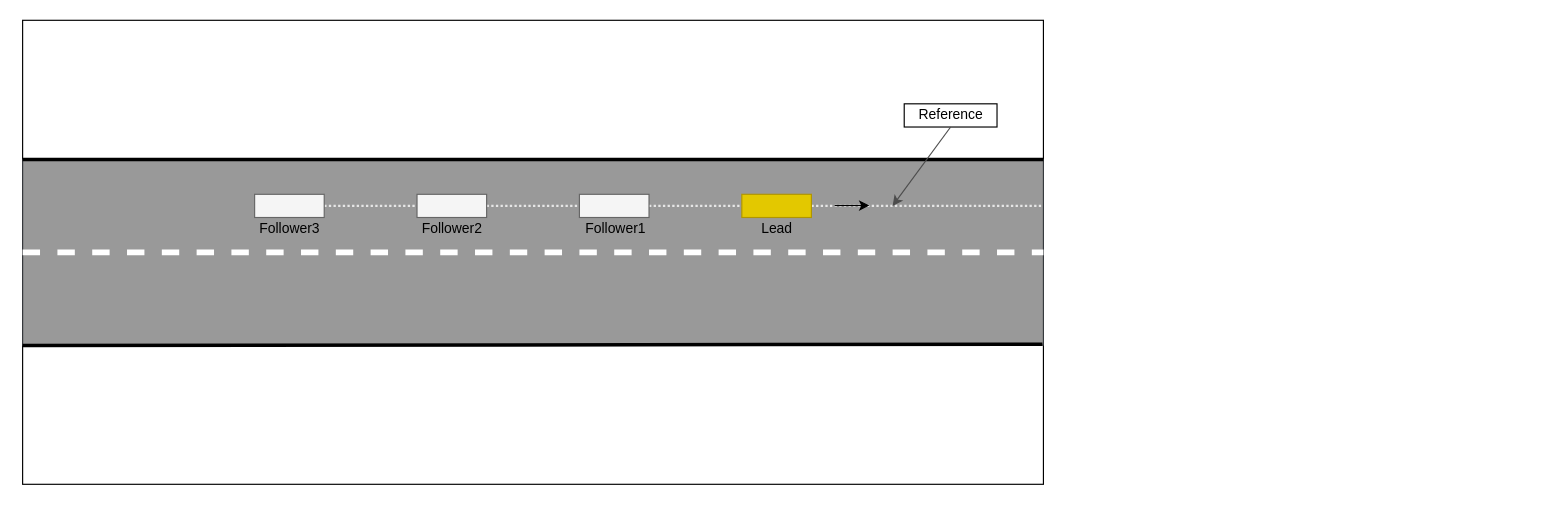
Before: ELC.drawio in Rangeesh/thesis, a draw.io diagram. Source tidied: cells renumbered, new cells numbered last; positions are measured from the earlier drawing's top-left corner, leaving out a move shared by most shapes. Both pictures are drawn from the tidied source at 116%, with x=0, y=0 at pixel (22, 20).
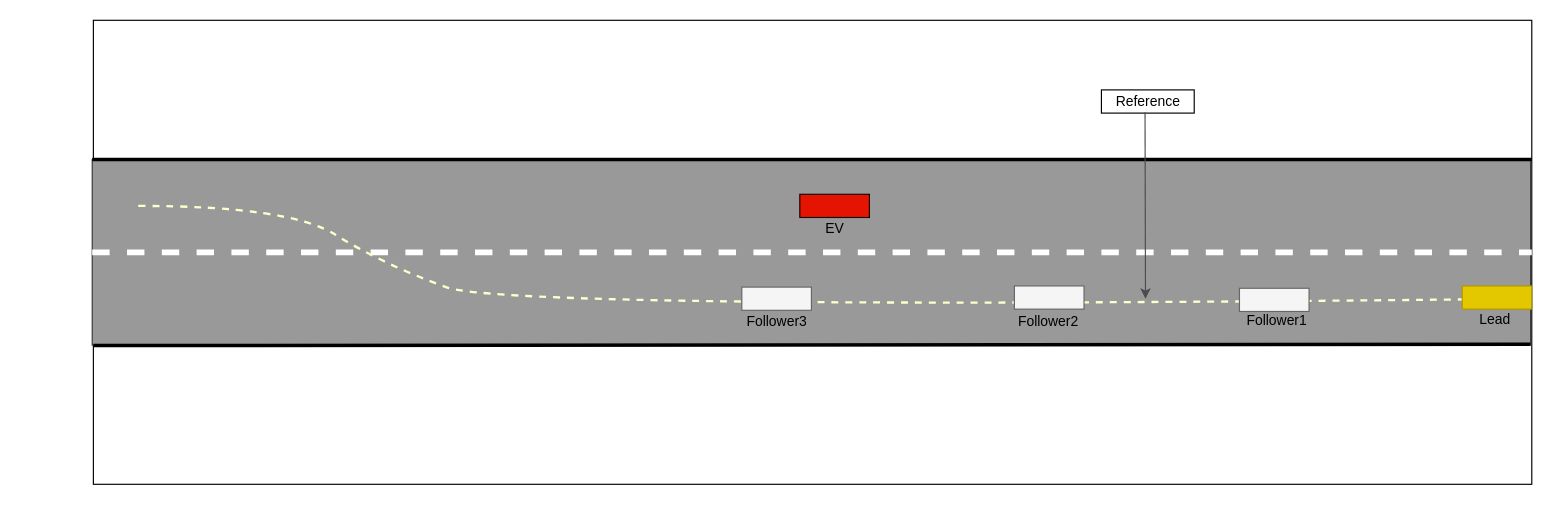
Above is the later version.

Diff of the diagram source:
```diff
@@
     <mxCell id="2" style="rounded=0;whiteSpace=wrap;html=1;strokeColor=#000000;fillColor=none;" parent="1" vertex="1">
-      <mxGeometry width="880" height="400" as="geometry" />
+      <mxGeometry x="61" width="1240" height="400" as="geometry" />
     </mxCell>
     <mxCell id="3" style="rounded=0;whiteSpace=wrap;html=1;strokeColor=#36393d;fillColor=#999999;" parent="1" vertex="1">
-      <mxGeometry y="120" width="880" height="160" as="geometry" />
+      <mxGeometry x="60" y="120" width="1240" height="160" as="geometry" />
     </mxCell>
-    <mxCell id="4" style="endArrow=none;dashed=1;html=1;dashPattern=1 1;strokeWidth=2;exitX=0;exitY=0.5;exitDx=0;exitDy=0;noJump=0;flowAnimation=0;comic=0;strokeColor=#E6E6E6;entryX=1;entryY=0.25;entryDx=0;entryDy=0;" parent="1" edge="1" source="9" target="3">
-      <mxGeometry relative="1" as="geometry" />
-    </mxCell>
-    <mxCell id="5" style="endArrow=none;dashed=1;html=1;strokeWidth=5;rounded=0;jumpStyle=arc;flowAnimation=0;strokeColor=#FFFFFF;noJump=0;comic=0;entryX=1;entryY=0.5;entryDx=0;entryDy=0;exitX=0;exitY=0.5;exitDx=0;exitDy=0;" parent="1" edge="1" source="3" target="3">
+    <mxCell id="5" style="endArrow=none;dashed=1;html=1;strokeWidth=5;rounded=0;jumpStyle=arc;flowAnimation=0;strokeColor=#FFFFFF;noJump=0;comic=0;entryX=1;entryY=0.5;entryDx=0;entryDy=0;exitX=0;exitY=0.5;exitDx=0;exitDy=0;" parent="1" edge="1" source="3" target="2">
       <mxGeometry relative="1" as="geometry" />
     </mxCell>
-    <mxCell id="6" style="rounded=0;whiteSpace=wrap;html=1;fillColor=#e3c800;strokeColor=#B09500;fontColor=#ffffff;" parent="1" vertex="1">
-      <mxGeometry x="620" y="150" width="60" height="20" as="geometry" />
-    </mxCell>
-    <mxCell id="7" style="rounded=0;whiteSpace=wrap;html=1;fillColor=#f5f5f5;strokeColor=#666666;fontColor=#333333;" parent="1" vertex="1">
-      <mxGeometry x="480" y="150" width="60" height="20" as="geometry" />
-    </mxCell>
-    <mxCell id="8" style="rounded=0;whiteSpace=wrap;html=1;fillColor=#f5f5f5;strokeColor=#666666;fontColor=#333333;" parent="1" vertex="1">
-      <mxGeometry x="340" y="150" width="60" height="20" as="geometry" />
-    </mxCell>
-    <mxCell id="9" style="rounded=0;whiteSpace=wrap;html=1;fillColor=#f5f5f5;strokeColor=#666666;fontColor=#333333;" parent="1" vertex="1">
-      <mxGeometry x="200" y="150" width="60" height="20" as="geometry" />
-    </mxCell>
-    <mxCell id="10" style="endArrow=none;html=1;strokeWidth=3;entryX=1;entryY=0;entryDx=0;entryDy=0;exitX=0;exitY=0;exitDx=0;exitDy=0;" parent="1" edge="1" source="3" target="3">
+    <mxCell id="10" style="endArrow=none;html=1;strokeWidth=3;entryX=1;entryY=0.3;entryDx=0;entryDy=0;exitX=0;exitY=0;exitDx=0;exitDy=0;entryPerimeter=0;" parent="1" edge="1" source="3" target="2">
       <mxGeometry relative="1" as="geometry" />
     </mxCell>
@@
-    <mxCell id="12" value="Lead" style="text;html=1;align=center;verticalAlign=middle;" parent="1" vertex="1">
-      <mxGeometry x="625" y="170" width="50" height="20" as="geometry" />
-    </mxCell>
-    <mxCell id="13" value="Follower1" style="text;html=1;align=center;verticalAlign=middle;" parent="1" vertex="1">
-      <mxGeometry x="471" y="170" width="80" height="20" as="geometry" />
-    </mxCell>
-    <mxCell id="14" value="Follower2" style="text;html=1;align=center;verticalAlign=middle;" parent="1" vertex="1">
-      <mxGeometry x="330" y="170" width="80" height="20" as="geometry" />
-    </mxCell>
-    <mxCell id="15" value="Follower3" style="text;html=1;align=center;verticalAlign=middle;" parent="1" vertex="1">
-      <mxGeometry x="190" y="170" width="80" height="20" as="geometry" />
-    </mxCell>
-    <mxCell id="16" style="endArrow=classic;html=1;strokeColor=#000000;strokeWidth=1;" parent="1" edge="1">
-      <mxGeometry relative="1" as="geometry">
-        <mxPoint x="700" y="159.7" as="sourcePoint" />
-        <mxPoint x="730" y="159.7" as="targetPoint" />
-      </mxGeometry>
-    </mxCell>
     <mxCell id="17" value="Reference" style="text;html=1;align=center;verticalAlign=middle;points=[];strokeColor=#000000;" parent="1" vertex="1">
-      <mxGeometry x="760" y="72" width="80" height="20" as="geometry" />
+      <mxGeometry x="930" y="60" width="80" height="20" as="geometry" />
     </mxCell>
-    <mxCell id="18" style="endArrow=classic;html=1;strokeColor=#4D4D4D;strokeWidth=1;" parent="1" edge="1">
+    <mxCell id="18" style="endArrow=classic;html=1;strokeColor=#4D4D4D;strokeWidth=1;exitX=0.47;exitY=0.964;exitDx=0;exitDy=0;exitPerimeter=0;" parent="1" edge="1" source="17">
       <mxGeometry relative="1" as="geometry">
-        <mxPoint x="800" y="92" as="sourcePoint" />
-        <mxPoint x="750" y="160" as="targetPoint" />
+        <mxPoint x="968" y="240" as="targetPoint" />
       </mxGeometry>
     </mxCell>
+    <mxCell id="19" style="curved=1;endArrow=none;html=1;endFill=0;dashed=1;strokeWidth=2;strokeColor=#FFFFCC;entryX=1;entryY=0.75;entryDx=0;entryDy=0;exitX=0.032;exitY=0.25;exitDx=0;exitDy=0;exitPerimeter=0;" parent="1" edge="1" source="3" target="3">
+      <mxGeometry relative="1" as="geometry">
+        <Array as="points">
+          <mxPoint x="230" y="160" />
+          <mxPoint x="310" y="210" />
+          <mxPoint x="420" y="250" />
+        </Array>
+      </mxGeometry>
+    </mxCell>
+    <mxCell id="20" style="group;rotation=0;" parent="1" vertex="1">
+      <mxGeometry x="1040" y="230" width="80" height="40" as="geometry" />
+    </mxCell>
+    <mxCell id="13" value="Follower1" style="text;html=1;align=center;verticalAlign=middle;rotation=0;" parent="20" vertex="1">
+      <mxGeometry x="1" y="19" width="80" height="20" as="geometry" />
+    </mxCell>
+    <mxCell id="7" style="rounded=0;whiteSpace=wrap;html=1;fillColor=#f5f5f5;strokeColor=#666666;fontColor=#333333;rotation=0;" parent="20" vertex="1">
+      <mxGeometry x="9" y="1" width="60" height="20" as="geometry" />
+    </mxCell>
+    <mxCell id="21" style="group;" parent="1" vertex="1">
+      <mxGeometry x="1241" y="229" width="60" height="39" as="geometry" />
+    </mxCell>
+    <mxCell id="12" value="Lead" style="text;html=1;align=center;verticalAlign=middle;rotation=0;" parent="21" vertex="1">
+      <mxGeometry x="3" y="19" width="50" height="20" as="geometry" />
+    </mxCell>
+    <mxCell id="6" style="rounded=0;whiteSpace=wrap;html=1;fillColor=#e3c800;strokeColor=#B09500;fontColor=#ffffff;rotation=90;direction=south;" parent="21" vertex="1">
+      <mxGeometry x="20" y="-20" width="20" height="60" as="geometry" />
+    </mxCell>
+    <mxCell id="22" style="group;rotation=15;" parent="1" vertex="1">
+      <mxGeometry x="841" y="183" width="80" height="50" as="geometry" />
+    </mxCell>
+    <mxCell id="23" style="group;rotation=-15;" parent="22" vertex="1">
+      <mxGeometry y="40" width="82.5" height="57.4" as="geometry" />
+    </mxCell>
+    <mxCell id="14" value="Follower2" style="text;html=1;align=center;verticalAlign=middle;rotation=0;" parent="23" vertex="1">
+      <mxGeometry x="3" y="27" width="80" height="20" as="geometry" />
+    </mxCell>
+    <mxCell id="8" style="rounded=0;whiteSpace=wrap;html=1;fillColor=#f5f5f5;strokeColor=#666666;fontColor=#333333;rotation=0;" parent="23" vertex="1">
+      <mxGeometry x="14" y="6" width="60" height="20" as="geometry" />
+    </mxCell>
+    <mxCell id="24" style="group;" parent="1" vertex="1">
+      <mxGeometry x="610" y="230" width="80" height="40" as="geometry" />
+    </mxCell>
+    <mxCell id="15" value="Follower3" style="text;html=1;align=center;verticalAlign=middle;" parent="24" vertex="1">
+      <mxGeometry y="20" width="80" height="20" as="geometry" />
+    </mxCell>
+    <mxCell id="9" style="rounded=0;whiteSpace=wrap;html=1;fillColor=#f5f5f5;strokeColor=#666666;fontColor=#333333;" parent="24" vertex="1">
+      <mxGeometry x="10" width="60" height="20" as="geometry" />
+    </mxCell>
+    <mxCell id="25" style="group;" parent="1" vertex="1">
+      <mxGeometry x="670" y="150" width="60" height="40" as="geometry" />
+    </mxCell>
+    <mxCell id="26" style="rounded=0;whiteSpace=wrap;html=1;fillColor=#e51400;fontColor=#ffffff;strokeColor=#140000;" parent="25" vertex="1">
+      <mxGeometry width="60" height="20" as="geometry" />
+    </mxCell>
+    <mxCell id="27" value="EV" style="text;html=1;align=center;verticalAlign=middle;" parent="25" vertex="1">
+      <mxGeometry x="15" y="20" width="30" height="20" as="geometry" />
+    </mxCell>
```
